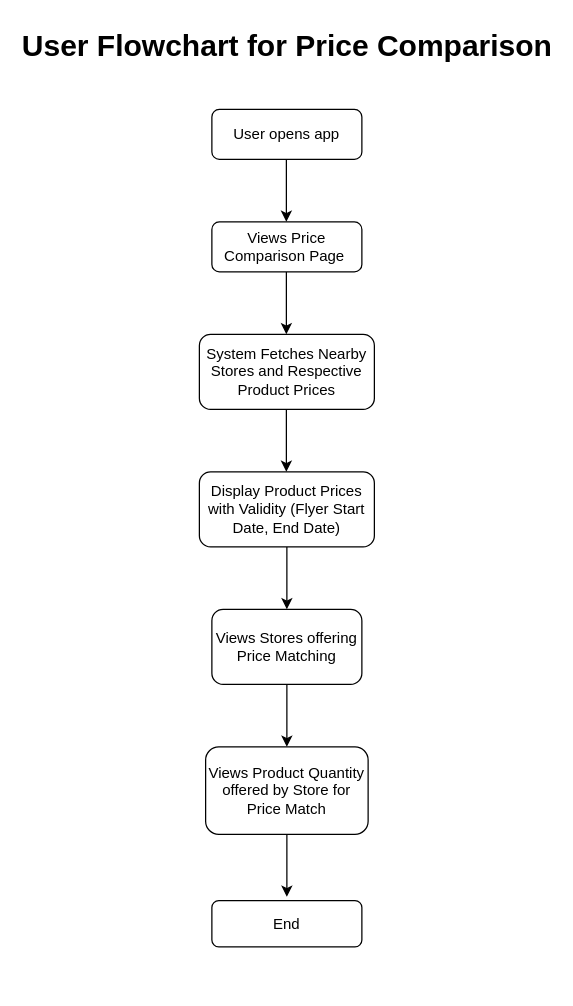
This is page "User Flowchart" (1 of 2) of Flowcahrt/dev_price_comparison_flowchart.drawio from VatsSanghvi/Big-Data-Project, a draw.io file, before an edit. Source tidied: cells renumbered, new cells numbered last; positions are measured from the earlier drawing's top-left corner, leaving out a move shared by most shapes. Both pictures are drawn from the tidied source at 125%, with x=0, y=0 at pixel (199, 21).
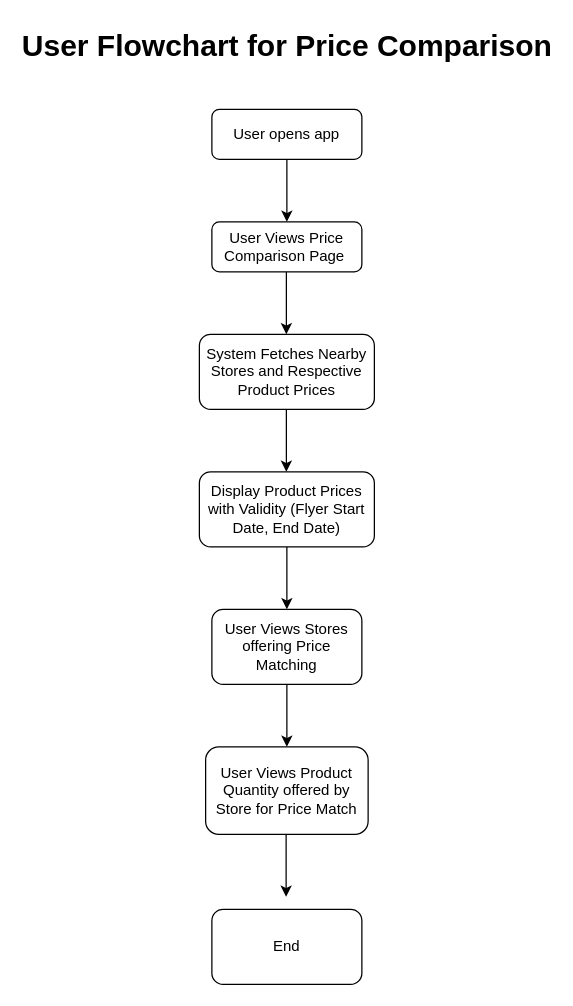
Above is the later version.

Commit message:
Final dev_price_comparison_flowchart.drawio for both user and admin

Unchanged cells that the change refers to:
```xml
<mxCell id="2" value="User opens app" style="rounded=1;whiteSpace=wrap;html=1;fontSize=12;glass=0;strokeWidth=1;shadow=0;" parent="1" vertex="1">
  <mxGeometry x="10" y="70" width="120" height="40" as="geometry" />
</mxCell>
```

What changed in the source:
```diff
@@
+    <mxCell id="16" style="edgeStyle=orthogonalEdgeStyle;rounded=0;jettySize=auto;html=1;" parent="1" edge="1" source="2">
+      <mxGeometry relative="1" as="geometry">
+        <mxPoint x="70" y="160" as="targetPoint" />
+      </mxGeometry>
+    </mxCell>
@@
-    <mxCell id="3" value="Views Price Comparison Page&amp;nbsp;" style="rounded=1;whiteSpace=wrap;html=1;fontSize=12;glass=0;strokeWidth=1;shadow=0;" parent="1" vertex="1">
+    <mxCell id="3" value="User Views Price Comparison Page&amp;nbsp;" style="rounded=1;whiteSpace=wrap;html=1;fontSize=12;glass=0;strokeWidth=1;shadow=0;" parent="1" vertex="1">
       <mxGeometry x="10" y="160" width="120" height="40" as="geometry" />
     </mxCell>
@@
-    <mxCell id="9" value="Views Stores offering Price Matching" style="whiteSpace=wrap;html=1;rounded=1;glass=0;strokeWidth=1;shadow=0;" parent="1" vertex="1">
+    <mxCell id="9" value="User Views Stores offering Price Matching" style="whiteSpace=wrap;html=1;rounded=1;glass=0;strokeWidth=1;shadow=0;" parent="1" vertex="1">
       <mxGeometry x="10" y="470" width="120" height="60" as="geometry" />
     </mxCell>
-    <mxCell id="10" style="edgeStyle=orthogonalEdgeStyle;rounded=0;jettySize=auto;html=1;" parent="1" edge="1" source="11">
-      <mxGeometry relative="1" as="geometry">
-        <mxPoint x="70" y="700" as="targetPoint" />
-      </mxGeometry>
-    </mxCell>
-    <mxCell id="11" value="Views Product Quantity offered by Store for Price Match" style="whiteSpace=wrap;html=1;rounded=1;glass=0;strokeWidth=1;shadow=0;" parent="1" vertex="1">
+    <mxCell id="11" value="User Views Product Quantity offered by Store for Price Match" style="whiteSpace=wrap;html=1;rounded=1;glass=0;strokeWidth=1;shadow=0;" parent="1" vertex="1">
       <mxGeometry x="5" y="580" width="130" height="70" as="geometry" />
     </mxCell>
-    <mxCell id="12" value="End" style="whiteSpace=wrap;html=1;rounded=1;glass=0;strokeWidth=1;shadow=0;" parent="1" vertex="1">
-      <mxGeometry x="10" y="703" width="120" height="37" as="geometry" />
-    </mxCell>
@@
-    <mxCell id="15" style="edgeStyle=orthogonalEdgeStyle;rounded=0;orthogonalLoop=1;jettySize=auto;html=1;" parent="1" edge="1">
-      <mxGeometry relative="1" as="geometry">
-        <mxPoint x="69.6" y="110" as="sourcePoint" />
-        <mxPoint x="69.6" y="160" as="targetPoint" />
-      </mxGeometry>
-    </mxCell>
+    <mxCell id="17" style="edgeStyle=orthogonalEdgeStyle;rounded=0;orthogonalLoop=1;jettySize=auto;html=1;" parent="1" edge="1">
+      <mxGeometry relative="1" as="geometry">
+        <mxPoint x="69.4" y="650" as="sourcePoint" />
+        <mxPoint x="69.4" y="700" as="targetPoint" />
+      </mxGeometry>
+    </mxCell>
+    <mxCell id="12" value="End" style="whiteSpace=wrap;html=1;rounded=1;glass=0;strokeWidth=1;shadow=0;" parent="1" vertex="1">
+      <mxGeometry x="10" y="710" width="120" height="60" as="geometry" />
+    </mxCell>
```
